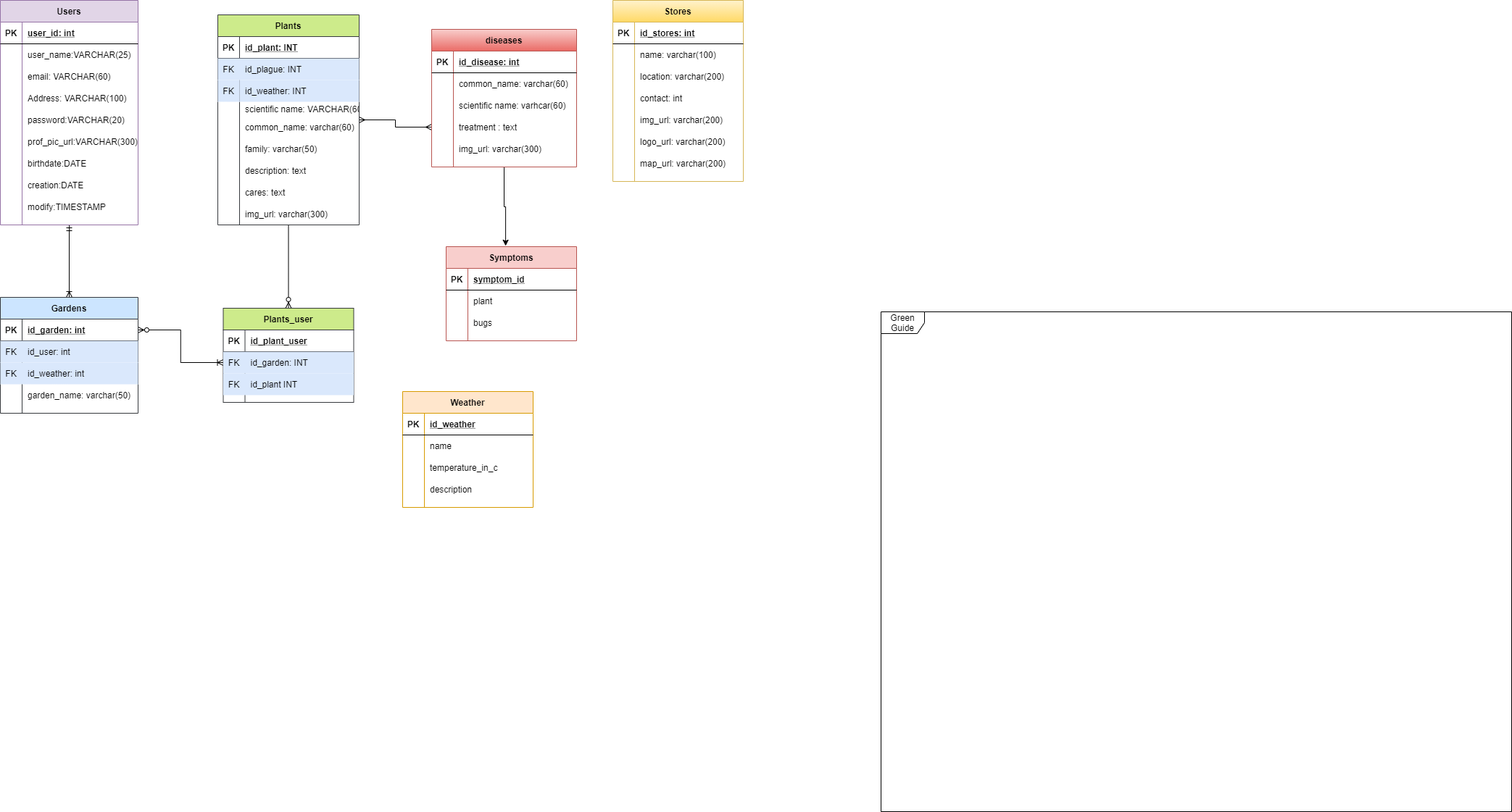
This is Untitled Diagram.png from Green-Guide-utch/Entity-Relationship-Model, a draw.io export, as it was before one commit. Source tidied: cells renumbered, new cells last; positions are measured from the earlier drawing's top-left corner, leaving out a move shared by most shapes.
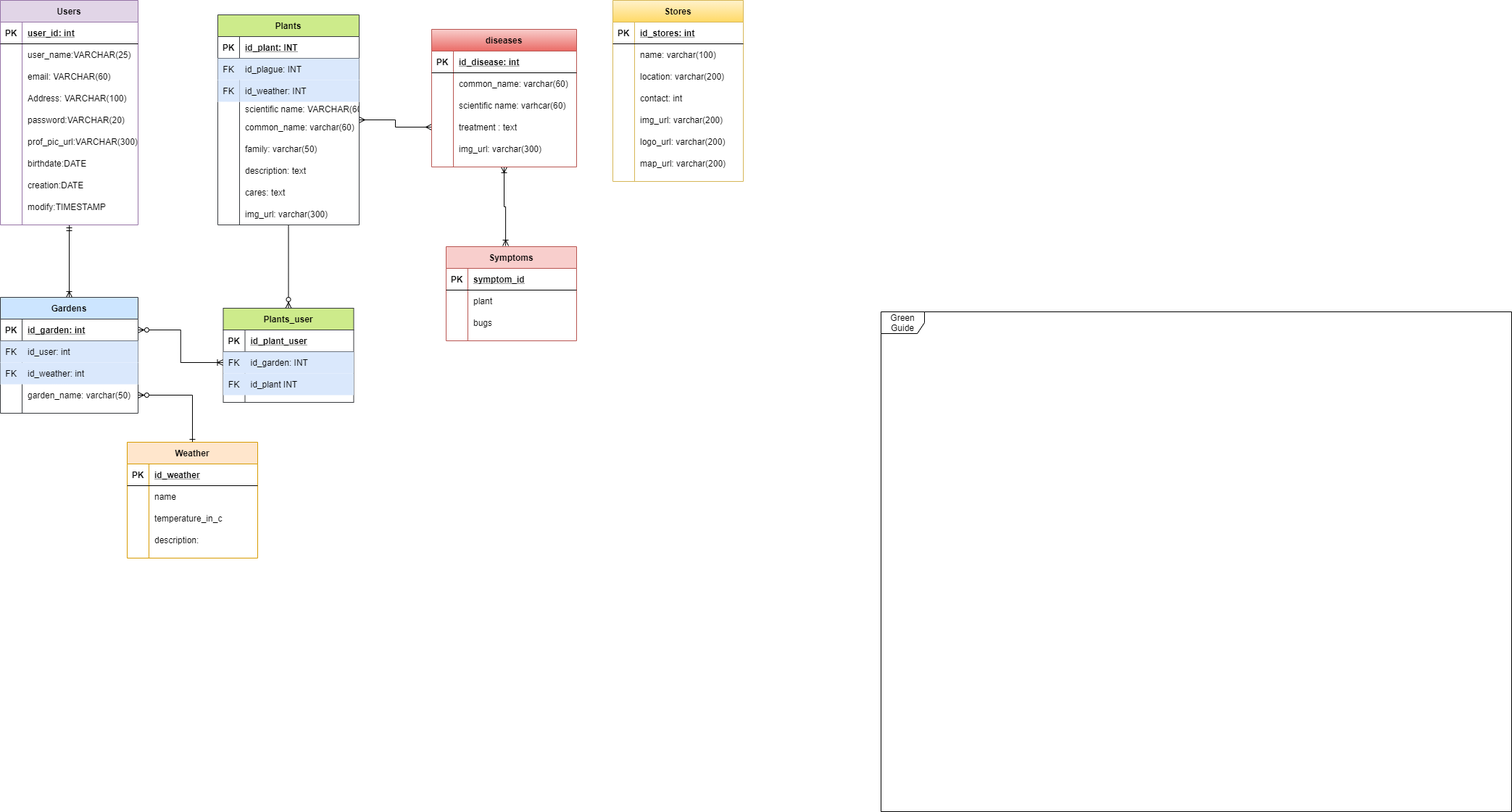
The same diagram one commit later.

What changed in the source:
```diff
@@ -167,7 +167,7 @@
     <mxCell id="56" value="img_url: varchar(300)" style="shape=partialRectangle;fillColor=none;top=0;left=0;bottom=0;right=0;align=left;spacingLeft=6;overflow=hidden;" parent="54" vertex="1">
       <mxGeometry x="30" width="165" height="30" as="geometry" />
     </mxCell>
-    <mxCell id="57" style="edgeStyle=orthogonalEdgeStyle;rounded=0;jettySize=auto;html=1;entryX=0.456;entryY=-0.008;entryDx=0;entryDy=0;entryPerimeter=0;" parent="1" edge="1" source="71" target="87">
+    <mxCell id="57" style="edgeStyle=orthogonalEdgeStyle;rounded=0;jettySize=auto;html=1;entryX=0.456;entryY=-0.008;entryDx=0;entryDy=0;entryPerimeter=0;endArrow=ERoneToMany;endFill=0;startArrow=ERoneToMany;startFill=0;" parent="1" edge="1" source="71" target="87">
       <mxGeometry relative="1" as="geometry" />
     </mxCell>
     <mxCell id="58" value="Gardens" style="shape=table;startSize=30;rowLines=0;fontStyle=1;align=center;fillColor=#cce5ff;strokeColor=#36393d;" parent="1" vertex="1">
@@ -401,8 +401,11 @@
     <mxCell id="134" value="id_plant INT" style="shape=partialRectangle;fillColor=none;top=0;left=0;bottom=0;right=0;align=left;spacingLeft=6;overflow=hidden;" parent="132" vertex="1">
       <mxGeometry x="30" width="150" height="30" as="geometry" />
     </mxCell>
+    <mxCell id="148" style="edgeStyle=orthogonalEdgeStyle;rounded=0;jettySize=auto;html=1;entryX=1;entryY=0.5;entryDx=0;entryDy=0;endArrow=ERzeroToMany;endFill=1;startArrow=ERone;startFill=0;" parent="1" edge="1" source="135" target="68">
+      <mxGeometry relative="1" as="geometry" />
+    </mxCell>
     <mxCell id="135" value="Weather" style="shape=table;startSize=30;rowLines=0;fontStyle=1;align=center;strokeColor=#d79b00;fillColor=#ffe6cc;" parent="1" vertex="1">
-      <mxGeometry x="555" y="540" width="180" height="160" as="geometry" />
+      <mxGeometry x="175" y="610" width="180" height="160" as="geometry" />
     </mxCell>
     <mxCell id="136" style="shape=partialRectangle;fillColor=none;top=0;left=0;bottom=1;right=0;" parent="135" vertex="1">
       <mxGeometry y="30" width="180" height="30" as="geometry" />
@@ -437,7 +440,7 @@
     <mxCell id="146" style="shape=partialRectangle;fillColor=none;top=0;left=0;bottom=0;right=0;overflow=hidden;" parent="145" vertex="1">
       <mxGeometry width="30" height="30" as="geometry" />
     </mxCell>
-    <mxCell id="147" value="description" style="shape=partialRectangle;fillColor=none;top=0;left=0;bottom=0;right=0;align=left;spacingLeft=6;overflow=hidden;" parent="145" vertex="1">
+    <mxCell id="147" value="description:" style="shape=partialRectangle;fillColor=none;top=0;left=0;bottom=0;right=0;align=left;spacingLeft=6;overflow=hidden;" parent="145" vertex="1">
       <mxGeometry x="30" width="150" height="30" as="geometry" />
     </mxCell>
   </root>
```
